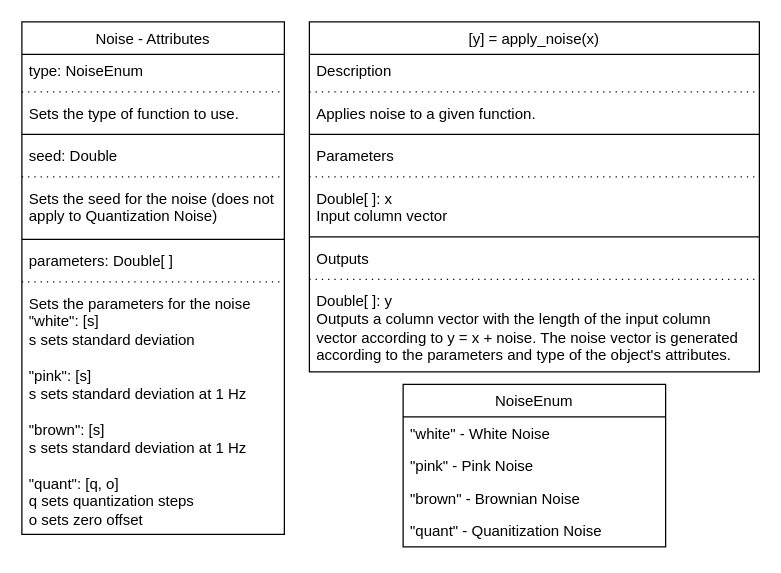
The draw.io diagram page "Noise" (3 of 6) of overview.drawio in TGSP1997/OS-RST, before the edit. Source tidied: cells renumbered, new cells numbered last; positions are measured from the earlier drawing's top-left corner, leaving out a move shared by most shapes. Both pictures are drawn from the tidied source at 125%, with x=0, y=0 at pixel (21, 21).
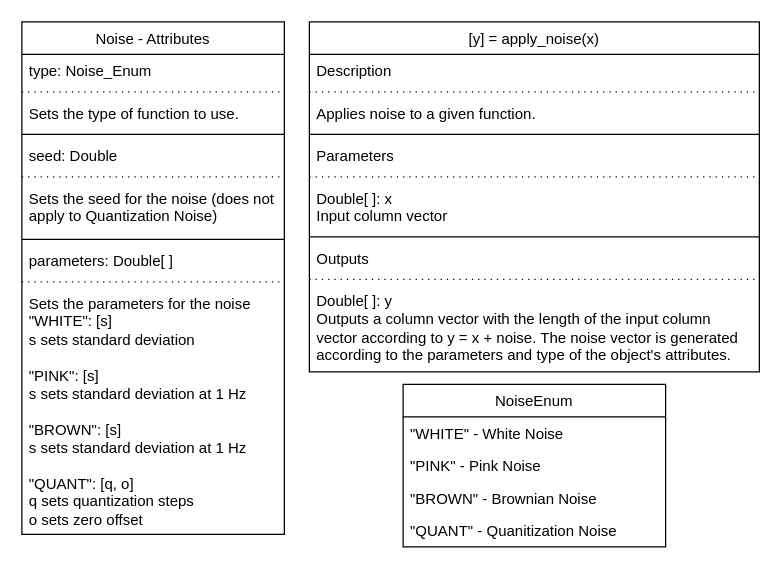
Above is the later version.

Unchanged cells that the change refers to:
```xml
<mxCell id="2" value="Noise - Attributes" style="swimlane;fontStyle=0;align=center;verticalAlign=top;horizontal=1;startSize=26;rounded=0;shadow=0;strokeWidth=1;" parent="1" vertex="1">
  <mxGeometry width="210" height="410" as="geometry" />
</mxCell>
<mxCell id="14" value="NoiseEnum" style="swimlane;fontStyle=0;align=center;verticalAlign=top;horizontal=1;startSize=26;rounded=0;shadow=0;strokeWidth=1;" parent="1" vertex="1">
  <mxGeometry x="305" y="290" width="210" height="130" as="geometry" />
</mxCell>
```

Diff of the diagram source:
```diff
@@
-    <mxCell id="3" value="type: NoiseEnum" style="text;align=left;verticalAlign=top;spacingLeft=4;spacingRight=4;overflow=hidden;" parent="2" vertex="1">
+    <mxCell id="3" value="type: Noise_Enum" style="text;align=left;verticalAlign=top;spacingLeft=4;spacingRight=4;overflow=hidden;" parent="2" vertex="1">
       <mxGeometry y="26" width="210" height="26" as="geometry" />
     </mxCell>
@@
-    <mxCell id="13" value="Sets the parameters for the noise&#10;&quot;white&quot;: [s]&#10;s sets standard deviation&#10;&#10;&quot;pink&quot;: [s]&#10;s sets standard deviation at 1 Hz&#10;&#10;&quot;brown&quot;: [s]&#10;s sets standard deviation at 1 Hz&#10;&#10;&quot;quant&quot;: [q, o]&#10;q sets quantization steps&#10;o sets zero offset" style="text;align=left;verticalAlign=top;spacingLeft=4;spacingRight=4;overflow=hidden;whiteSpace=wrap;" parent="2" vertex="1">
+    <mxCell id="13" value="Sets the parameters for the noise&#10;&quot;WHITE&quot;: [s]&#10;s sets standard deviation&#10;&#10;&quot;PINK&quot;: [s]&#10;s sets standard deviation at 1 Hz&#10;&#10;&quot;BROWN&quot;: [s]&#10;s sets standard deviation at 1 Hz&#10;&#10;&quot;QUANT&quot;: [q, o]&#10;q sets quantization steps&#10;o sets zero offset" style="text;align=left;verticalAlign=top;spacingLeft=4;spacingRight=4;overflow=hidden;whiteSpace=wrap;" parent="2" vertex="1">
       <mxGeometry y="212" width="210" height="198" as="geometry" />
     </mxCell>
@@
-    <mxCell id="15" value="&quot;white&quot; - White Noise" style="text;align=left;verticalAlign=top;spacingLeft=4;spacingRight=4;overflow=hidden;" parent="14" vertex="1">
+    <mxCell id="15" value="&quot;WHITE&quot; - White Noise" style="text;align=left;verticalAlign=top;spacingLeft=4;spacingRight=4;overflow=hidden;" parent="14" vertex="1">
       <mxGeometry y="26" width="210" height="26" as="geometry" />
     </mxCell>
-    <mxCell id="16" value="&quot;pink&quot; - Pink Noise" style="text;align=left;verticalAlign=top;spacingLeft=4;spacingRight=4;overflow=hidden;" parent="14" vertex="1">
+    <mxCell id="16" value="&quot;PINK&quot; - Pink Noise" style="text;align=left;verticalAlign=top;spacingLeft=4;spacingRight=4;overflow=hidden;" parent="14" vertex="1">
       <mxGeometry y="52" width="210" height="26" as="geometry" />
     </mxCell>
-    <mxCell id="17" value="&quot;brown&quot; - Brownian Noise" style="text;align=left;verticalAlign=top;spacingLeft=4;spacingRight=4;overflow=hidden;" parent="14" vertex="1">
+    <mxCell id="17" value="&quot;BROWN&quot; - Brownian Noise" style="text;align=left;verticalAlign=top;spacingLeft=4;spacingRight=4;overflow=hidden;" parent="14" vertex="1">
       <mxGeometry y="78" width="210" height="26" as="geometry" />
     </mxCell>
-    <mxCell id="18" value="&quot;quant&quot; - Quanitization Noise" style="text;align=left;verticalAlign=top;spacingLeft=4;spacingRight=4;overflow=hidden;" parent="14" vertex="1">
+    <mxCell id="18" value="&quot;QUANT&quot; - Quanitization Noise" style="text;align=left;verticalAlign=top;spacingLeft=4;spacingRight=4;overflow=hidden;" parent="14" vertex="1">
       <mxGeometry y="104" width="210" height="26" as="geometry" />
     </mxCell>
```
